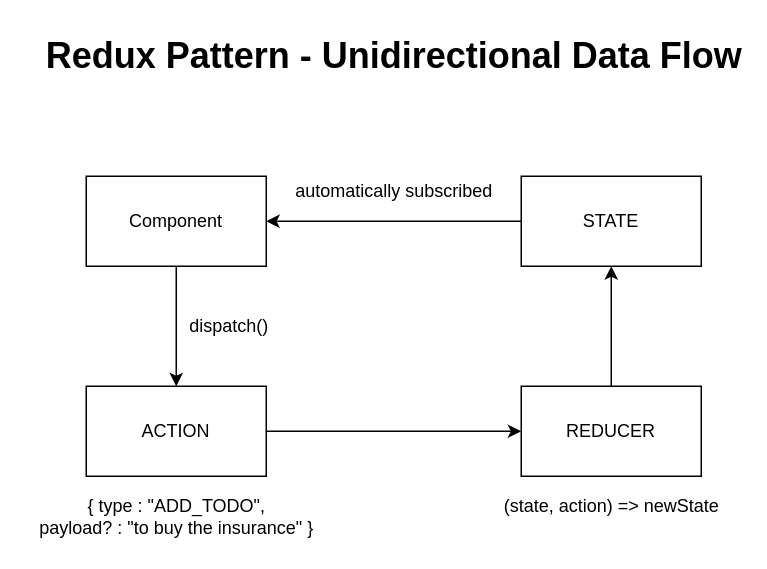
The draw.io diagram page "Page-3" (3 of 4) of refs/diagrams.drawio in synergy2411/hughes_jun22, before the edit. Source tidied: cells renumbered, new cells numbered last; positions are measured from the earlier drawing's top-left corner, leaving out a move shared by most shapes. Both pictures are drawn from the tidied source at 150%, with x=0, y=0 at pixel (26, 26).
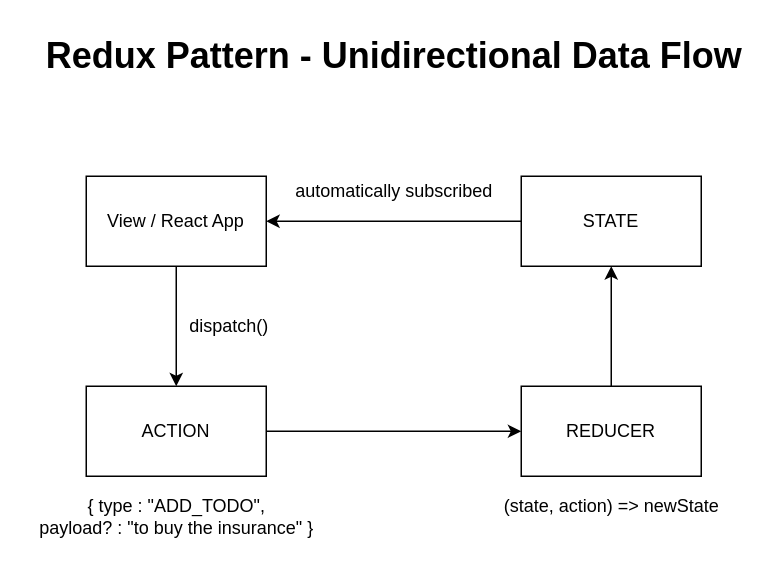
The same page after the edit.

The edit, as a diff of the source:
```diff
@@
 <mxGraphModel>
   <root>
     <mxCell id="0" />
     <mxCell id="1" parent="0" />
     <mxCell id="2" style="edgeStyle=orthogonalEdgeStyle;rounded=0;jettySize=auto;html=1;" parent="1" edge="1" source="3" target="5">
       <mxGeometry relative="1" as="geometry" />
     </mxCell>
-    <mxCell id="3" value="Component" style="rounded=0;whiteSpace=wrap;html=1;" parent="1" vertex="1">
+    <mxCell id="3" value="View / React App" style="rounded=0;whiteSpace=wrap;html=1;" parent="1" vertex="1">
       <mxGeometry x="40" y="100" width="120" height="60" as="geometry" />
     </mxCell>
     <mxCell id="4" style="edgeStyle=orthogonalEdgeStyle;rounded=0;jettySize=auto;html=1;" parent="1" edge="1" source="5" target="9">
       <mxGeometry relative="1" as="geometry" />
     </mxCell>
     <mxCell id="5" value="ACTION" style="rounded=0;whiteSpace=wrap;html=1;" parent="1" vertex="1">
       <mxGeometry x="40" y="240" width="120" height="60" as="geometry" />
     </mxCell>
     <mxCell id="6" value="dispatch()" style="text;html=1;align=center;verticalAlign=middle;strokeColor=none;fillColor=none;" parent="1" vertex="1">
       <mxGeometry x="100" y="190" width="70" height="20" as="geometry" />
     </mxCell>
     <mxCell id="7" value="&lt;br&gt;{ type : &quot;ADD_TODO&quot;, &lt;br&gt;payload? : &quot;to buy the insurance&quot; }" style="text;html=1;align=center;verticalAlign=middle;strokeColor=none;fillColor=none;" parent="1" vertex="1">
       <mxGeometry y="295" width="200" height="50" as="geometry" />
     </mxCell>
     <mxCell id="8" style="edgeStyle=orthogonalEdgeStyle;rounded=0;jettySize=auto;html=1;" parent="1" edge="1" source="9" target="12">
       <mxGeometry relative="1" as="geometry" />
     </mxCell>
     <mxCell id="9" value="REDUCER" style="rounded=0;whiteSpace=wrap;html=1;" parent="1" vertex="1">
       <mxGeometry x="330" y="240" width="120" height="60" as="geometry" />
     </mxCell>
     <mxCell id="10" value="(state, action) =&amp;gt; newState" style="text;html=1;align=center;verticalAlign=middle;strokeColor=none;fillColor=none;" parent="1" vertex="1">
       <mxGeometry x="310" y="310" width="160" height="20" as="geometry" />
     </mxCell>
     <mxCell id="11" style="edgeStyle=orthogonalEdgeStyle;rounded=0;jettySize=auto;html=1;exitX=0;exitY=0.5;exitDx=0;exitDy=0;entryX=1;entryY=0.5;entryDx=0;entryDy=0;" parent="1" edge="1" source="12" target="3">
       <mxGeometry relative="1" as="geometry" />
     </mxCell>
     <mxCell id="12" value="STATE" style="rounded=0;whiteSpace=wrap;html=1;" parent="1" vertex="1">
       <mxGeometry x="330" y="100" width="120" height="60" as="geometry" />
     </mxCell>
     <mxCell id="13" value="automatically subscribed" style="text;html=1;align=center;verticalAlign=middle;strokeColor=none;fillColor=none;" parent="1" vertex="1">
       <mxGeometry x="170" y="100" width="150" height="20" as="geometry" />
     </mxCell>
     <mxCell id="14" value="Redux Pattern - Unidirectional Data Flow" style="text;strokeColor=none;fillColor=none;html=1;fontSize=24;fontStyle=1;verticalAlign=middle;align=center;" parent="1" vertex="1">
       <mxGeometry x="195" width="100" height="40" as="geometry" />
     </mxCell>
   </root>
 </mxGraphModel>
```
